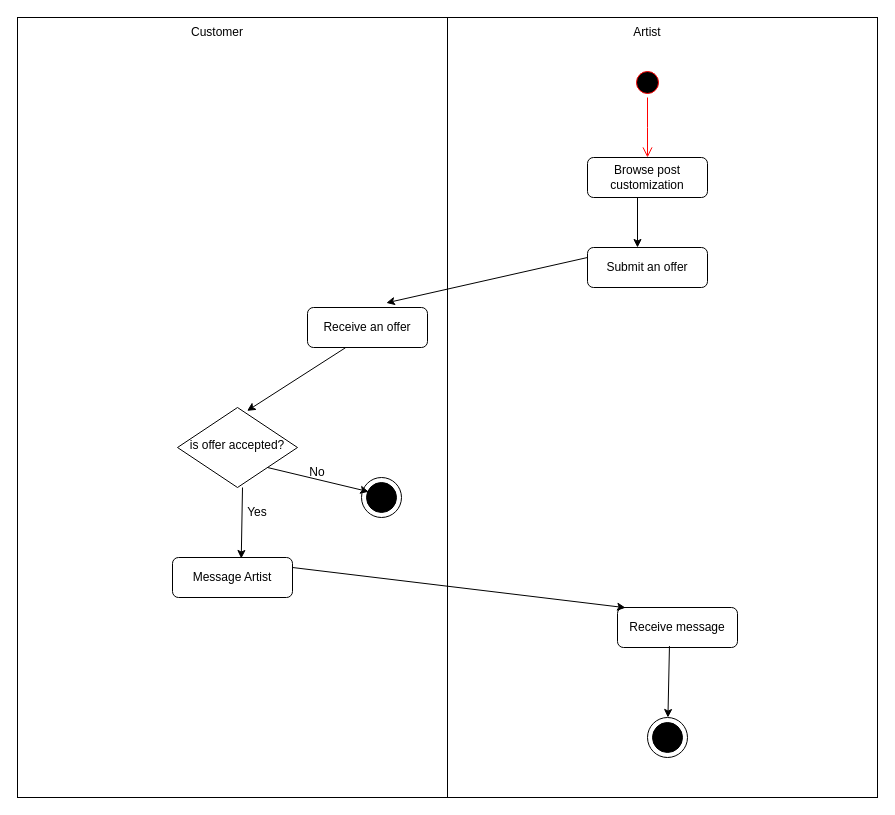
alibedair/Graduation-Project keeps this draw.io diagram as Activity diagram/Customization.drawio. Above is the earlier version. Source tidied: cells renumbered, new cells numbered last; positions are measured from the earlier drawing's top-left corner, leaving out a move shared by most shapes. Both pictures are drawn from the tidied source at 100%, with x=0, y=0 at pixel (17, 17).
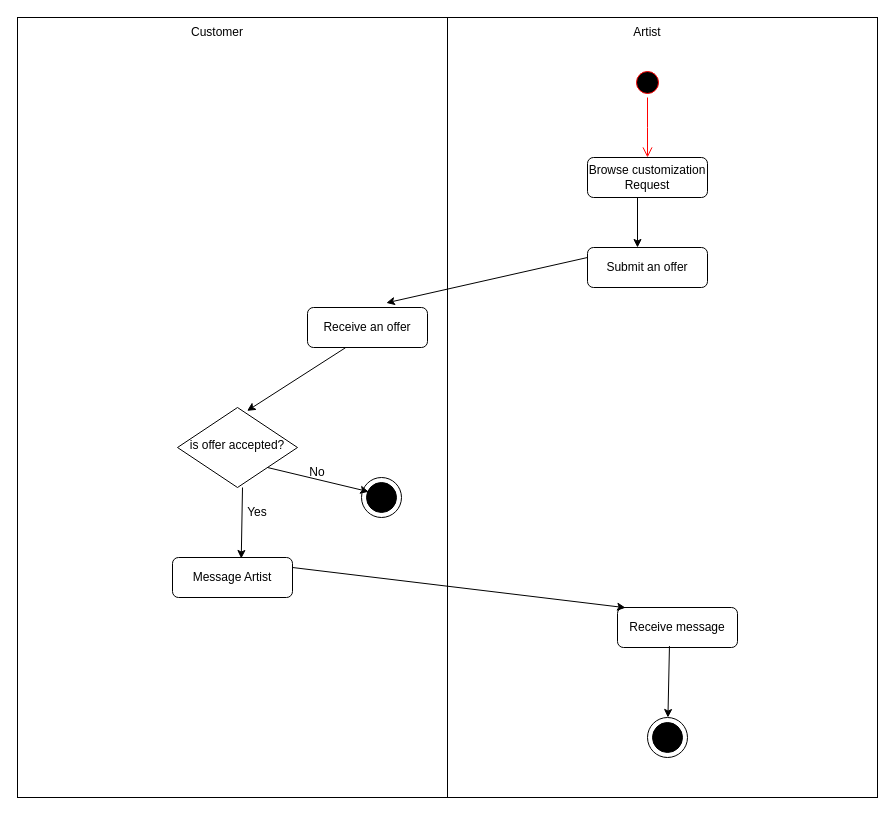
After the change.

Diff of the diagram source:
```diff
@@
-    <mxCell id="4" value="Browse post customization" style="rounded=1;whiteSpace=wrap;html=1;fontSize=12;glass=0;strokeWidth=1;shadow=0;" parent="1" vertex="1">
+    <mxCell id="4" value="Browse customization&lt;div&gt;Request&lt;/div&gt;" style="rounded=1;whiteSpace=wrap;html=1;fontSize=12;glass=0;strokeWidth=1;shadow=0;" parent="1" vertex="1">
       <mxGeometry x="570" y="140" width="120" height="40" as="geometry" />
     </mxCell>
```
